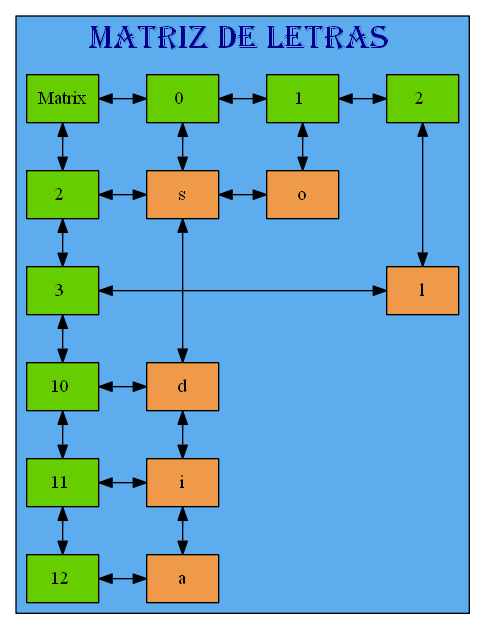
Earlier version of the Graphviz export Graficas/Table_Juego.dot.png (mariotun/EDD_1S2020_PY1_201602942). Its source is kept beside it as Graficas/Table_Juego.dot.
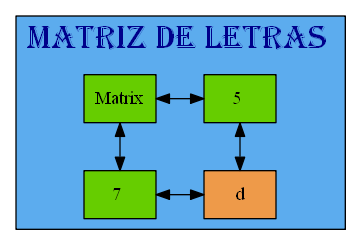
After the commit.

Diff of the diagram source:
```diff
@@ -14,49 +14,22 @@
 node [shape=box fillcolor=chartreuse3];
 mt[label= "Matrix" style=radial group=0]
 {rank=same;
-25770513280[label= "0 " style=radial,group=0]
-25770513648[label= "1 " style=radial,group=1]
-0[label= "2 " style=radial,group=2]
-mt->25770513280->25770513648->0[dir=both];};
+0[label= "5 " style=radial,group=5]
+mt->0[dir=both];};
 
-25770512320[label= "2 " style=radial,group=0]
-25770515376[label= "3 " style=radial,group=0]
-25770515808[label= "10 " style=radial,group=0]
-25770516192[label= "11 " style=radial,group=0]
-64[label= "12 " style=radial,group=0]
-mt->25770512320->25770515376->25770515808->25770516192->64[dir=both];
+64[label= "7 " style=radial,group=0]
+mt->64[dir=both];
 
 node[shape=box height=0.5 style=filled fontcolor=black fillcolor=tan2]
-25770512720[label="s" style=radial,group=0];
-node[shape=box height=0.5 style=filled fontcolor=black fillcolor=tan2]
-25770515392[label="d" style=radial,group=0];
-node[shape=box height=0.5 style=filled fontcolor=black fillcolor=tan2]
-25770515872[label="i" style=radial,group=0];
-node[shape=box height=0.5 style=filled fontcolor=black fillcolor=tan2]
-25770516256[label="a" style=radial,group=0];
-node[shape=box height=0.5 style=filled fontcolor=black fillcolor=tan2]
-25770513408[label="o" style=radial,group=1];
-node[shape=box height=0.5 style=filled fontcolor=black fillcolor=tan2]
-25770513968[label="l" style=radial,group=2];
+25770521136[label="d" style=radial,group=5];
 
 
-25770513280->25770512720->25770515392->25770515872->25770516256[dir=both]
-25770513648->25770513408[dir=both]
-0->25770513968[dir=both]
+0->25770521136[dir=both]
 
-25770512720[label="s"];
-25770513408[label="o"];
-25770513968[label="l"];
-25770515392[label="d"];
-25770515872[label="i"];
-25770516256[label="a"];
+25770521136[label="d"];
 
 
-{rank=same;25770512320->25770512720->25770513408[dir=both] }
-{rank=same;25770515376->25770513968[dir=both] }
-{rank=same;25770515808->25770515392[dir=both] }
-{rank=same;25770516192->25770515872[dir=both] }
-{rank=same;64->25770516256[dir=both] }
+{rank=same;64->25770521136[dir=both] }
  }
 
 }
```
